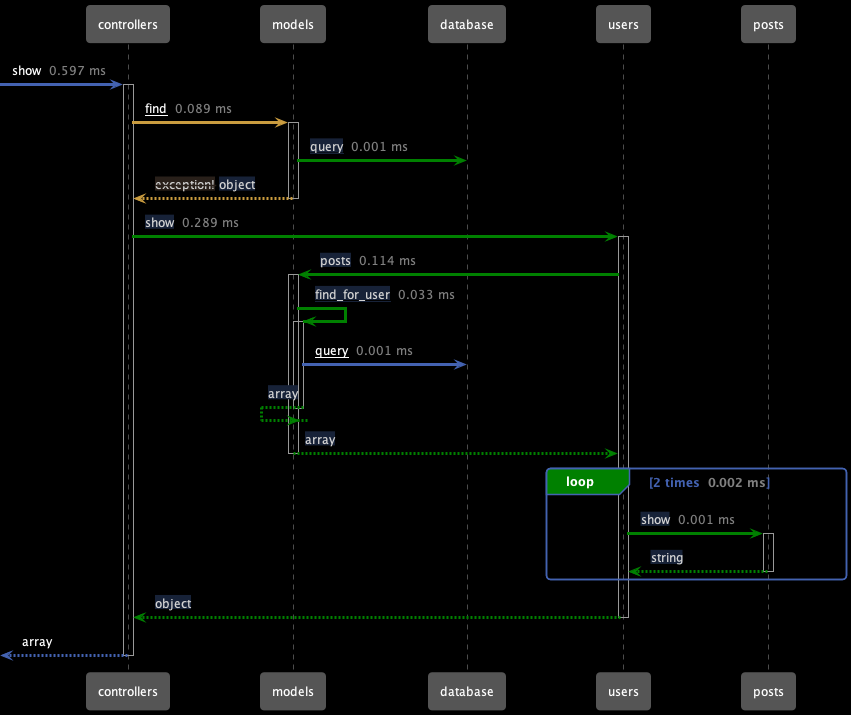
Above: packages/sequence-diagram/tests/fixtures/sequenceDiagrams/userFoundVsNotFound.sequence.png in getappmap/appmap-js (PlantUML), before the change.
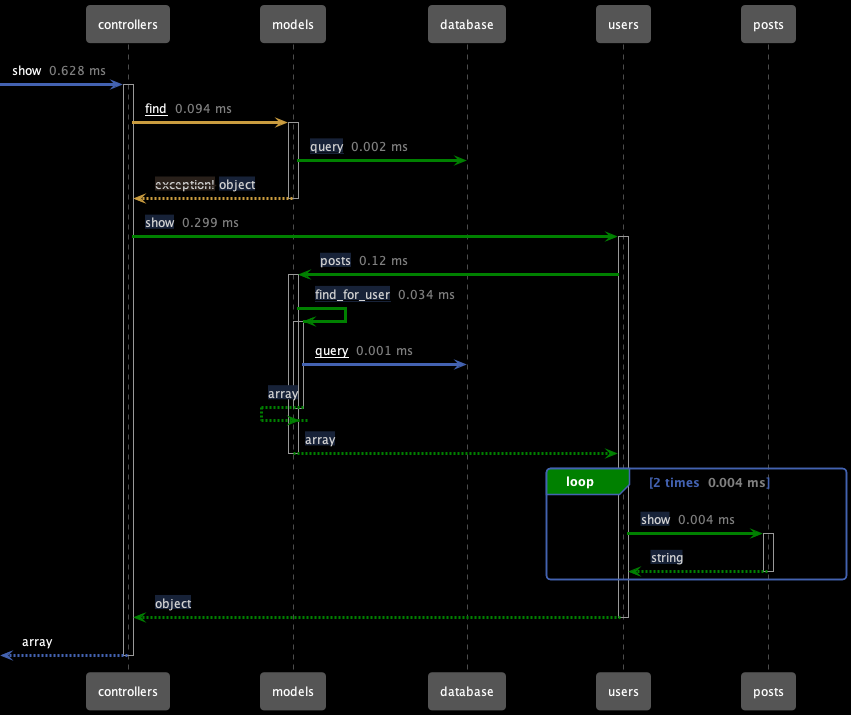
Above is the later version.

Change to the diagram source:
```diff
@@ -5,26 +5,26 @@
 participant database as "database"
 participant users as "users"
 participant posts as "posts"
-  [->controllers: show <color:gray> 0.597 ms</color>
+  [->controllers: show <color:gray> 0.628 ms</color>
   activate controllers
-    controllers-[#CA9C3F]>models: <u>find</u> <color:gray> 0.089 ms</color>
+    controllers-[#CA9C3F]>models: <u>find</u> <color:gray> 0.094 ms</color>
     activate models
-      models-[#green]>database: <u><color:lightgray><back:#172238>query</back></color></u> <color:gray> 0.001 ms</color>
+      models-[#green]>database: <u><color:lightgray><back:#172238>query</back></color></u> <color:gray> 0.002 ms</color>
     controllers<[#CA9C3F]--models: <color:lightgray><back:#29201A>--exception!--</back></color> <color:lightgray><back:#172238>object</back></color>
     deactivate models
-    controllers-[#green]>users: <color:lightgray><back:#172238>show</back></color> <color:gray> 0.289 ms</color>
+    controllers-[#green]>users: <color:lightgray><back:#172238>show</back></color> <color:gray> 0.299 ms</color>
     activate users
-      users-[#green]>models: <color:lightgray><back:#172238>posts</back></color> <color:gray> 0.114 ms</color>
+      users-[#green]>models: <color:lightgray><back:#172238>posts</back></color> <color:gray> 0.12 ms</color>
       activate models
-        models-[#green]>models: <u><color:lightgray><back:#172238>find_for_user</back></color></u> <color:gray> 0.033 ms</color>
+        models-[#green]>models: <u><color:lightgray><back:#172238>find_for_user</back></color></u> <color:gray> 0.034 ms</color>
         activate models
           models->database: <u>query</u> <color:gray> 0.001 ms</color>
         models<[#green]--models: <color:lightgray><back:#172238>array</back></color>
         deactivate models
       users<[#green]--models: <color:lightgray><back:#172238>array</back></color>
       deactivate models
-      Loop#green 2 times <color:gray> 0.002 ms</color>
-        users-[#green]>posts: <color:lightgray><back:#172238>show</back></color> <color:gray> 0.001 ms</color>
+      Loop#green 2 times <color:gray> 0.004 ms</color>
+        users-[#green]>posts: <color:lightgray><back:#172238>show</back></color> <color:gray> 0.004 ms</color>
         activate posts
         users<[#green]--posts: <color:lightgray><back:#172238>string</back></color>
         deactivate posts
```
